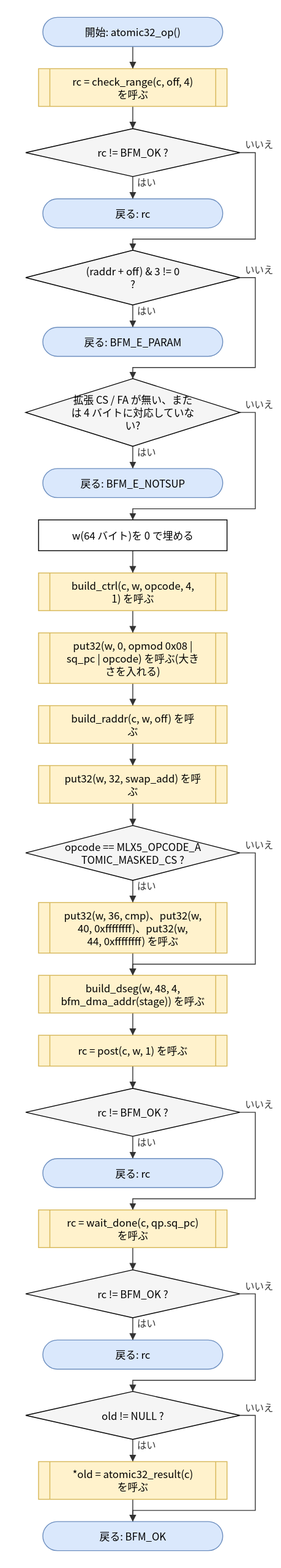
The draw.io diagram doc/spec/images/flow_src_bfm_ops-atomic32_op.drawio.svg in hf355051012-ai/bfmem, before a commit. Source tidied: cells renumbered, new cells last; positions are measured from the earlier drawing's top-left corner, leaving out a move shared by most shapes.
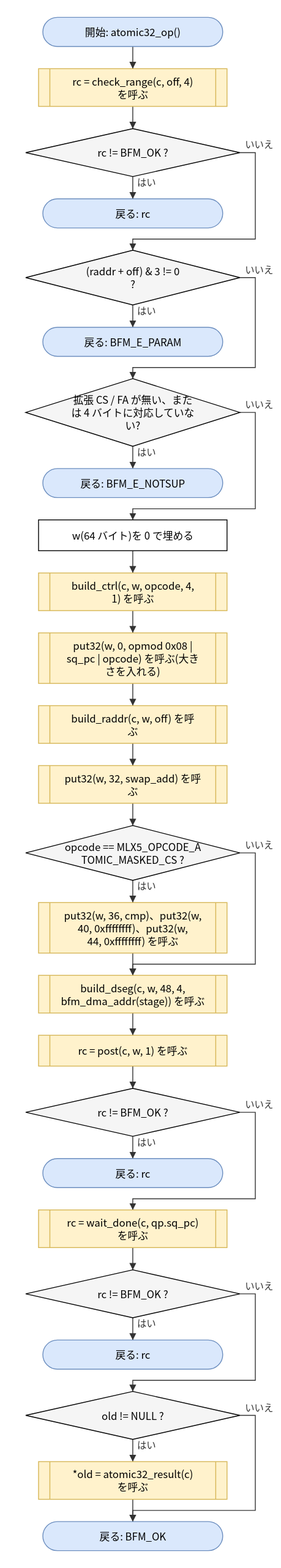
After the change.

What changed in the source:
```diff
@@ -47,7 +47,7 @@
     <mxCell id="16" value="put32(w, 36, cmp)、put32(w,&lt;br&gt;40, 0xffffffff)、put32(w,&lt;br&gt;44, 0xffffffff) を呼ぶ" style="shape=process;whiteSpace=wrap;html=1;backgroundOutline=1;size=0.06;fillColor=#fff2cc;strokeColor=#d6b656;" parent="1" vertex="1">
       <mxGeometry x="15" y="1034" width="220" height="59" as="geometry" />
     </mxCell>
-    <mxCell id="17" value="build_dseg(w, 48, 4,&lt;br&gt;bfm_dma_addr(stage)) を呼ぶ" style="shape=process;whiteSpace=wrap;html=1;backgroundOutline=1;size=0.06;fillColor=#fff2cc;strokeColor=#d6b656;" parent="1" vertex="1">
+    <mxCell id="17" value="build_dseg(c, w, 48, 4,&lt;br&gt;bfm_dma_addr(stage)) を呼ぶ" style="shape=process;whiteSpace=wrap;html=1;backgroundOutline=1;size=0.06;fillColor=#fff2cc;strokeColor=#d6b656;" parent="1" vertex="1">
       <mxGeometry x="15" y="1119" width="220" height="44" as="geometry" />
     </mxCell>
     <mxCell id="18" value="rc = post(c, w, 1) を呼ぶ" style="shape=process;whiteSpace=wrap;html=1;backgroundOutline=1;size=0.06;fillColor=#fff2cc;strokeColor=#d6b656;" parent="1" vertex="1">
```
